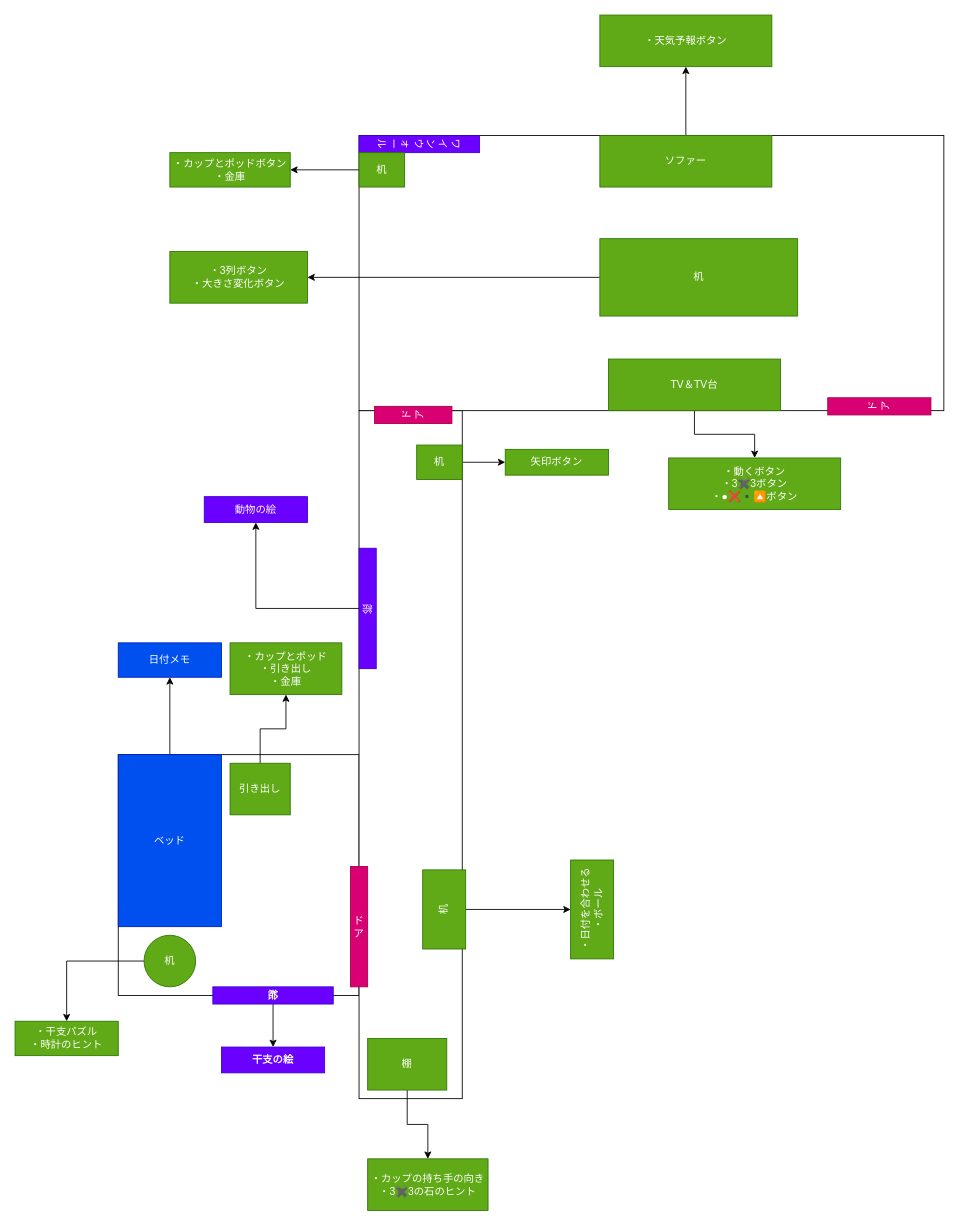
Above: page "部屋と家具" (2 of 4) of MultiEscape.drawio in kyosuke27/3D-Escape-Room (draw.io), before the change. Source tidied: cells renumbered, new cells numbered last; positions are measured from the earlier drawing's top-left corner, leaving out a move shared by most shapes. Both pictures are drawn from the tidied source at 86%, with x=0, y=0 at pixel (15, 15).
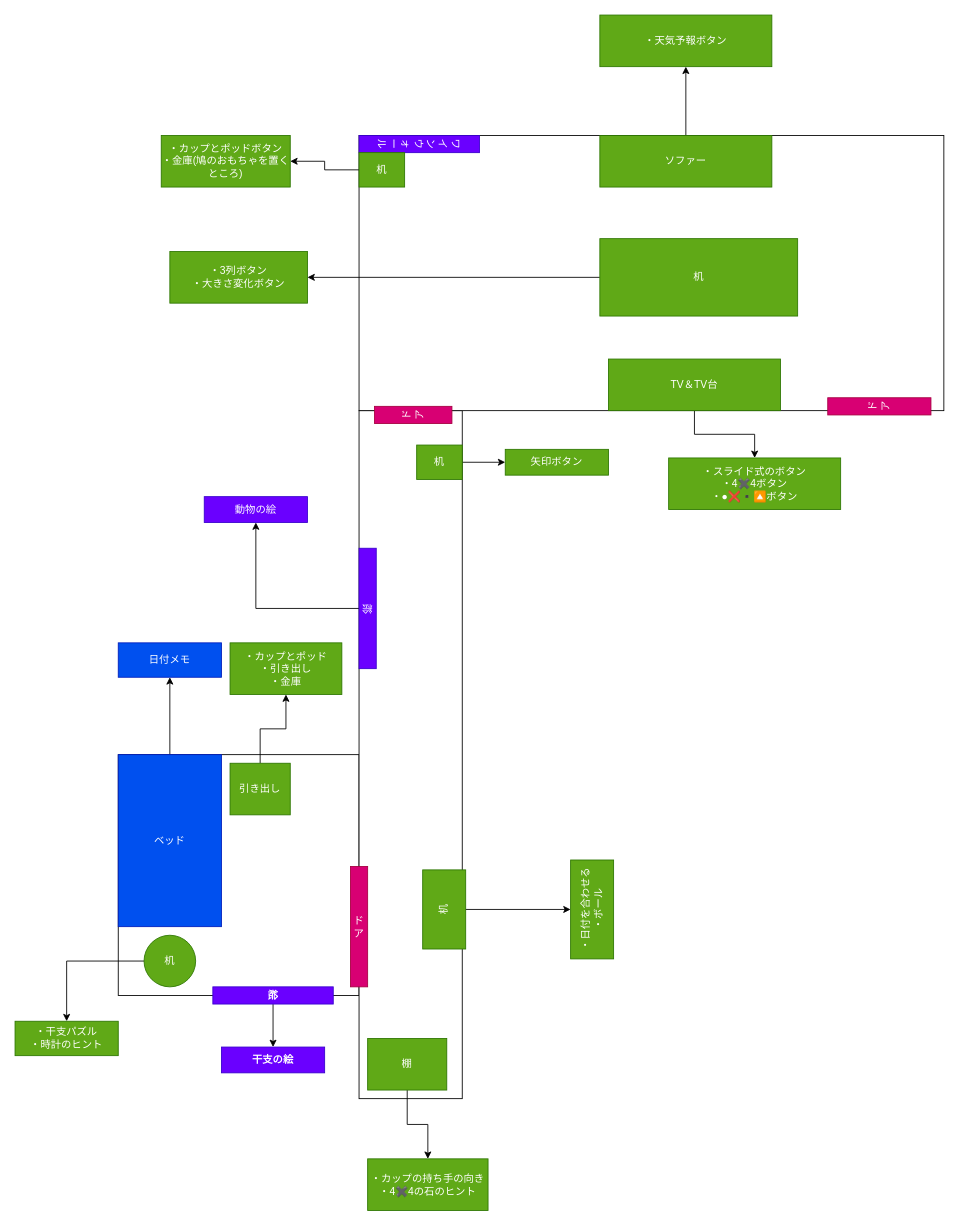
After the change.

Change to the diagram source:
```diff
@@
-    <mxCell id="35" value="・カップの持ち手の向き&lt;div&gt;・3✖️3の石のヒント&lt;/div&gt;" style="rounded=0;whiteSpace=wrap;html=1;fillColor=#60a917;fontColor=#ffffff;strokeColor=#2D7600;" parent="1" vertex="1">
+    <mxCell id="35" value="・カップの持ち手の向き&lt;div&gt;・4✖️4の石のヒント&lt;/div&gt;" style="rounded=0;whiteSpace=wrap;html=1;fillColor=#60a917;fontColor=#ffffff;strokeColor=#2D7600;" parent="1" vertex="1">
       <mxGeometry x="410" y="1330" width="140" height="60" as="geometry" />
     </mxCell>
@@
-    <mxCell id="39" value="・カップとポッドボタン&lt;div&gt;・金庫&lt;/div&gt;" style="rounded=0;whiteSpace=wrap;html=1;fillColor=#60a917;fontColor=#ffffff;strokeColor=#2D7600;" parent="1" vertex="1">
-      <mxGeometry x="180" y="160" width="140" height="40" as="geometry" />
+    <mxCell id="39" value="・カップとポッドボタン&lt;div&gt;・金庫(鳩のおもちゃを置くところ)&lt;/div&gt;" style="rounded=0;whiteSpace=wrap;html=1;fillColor=#60a917;fontColor=#ffffff;strokeColor=#2D7600;" parent="1" vertex="1">
+      <mxGeometry x="170" y="140" width="150" height="60" as="geometry" />
     </mxCell>
-    <mxCell id="40" value="・動くボタン&lt;div&gt;・3✖️3ボタン&lt;/div&gt;&lt;div&gt;・●❌▪️🔼ボタン&lt;/div&gt;" style="rounded=0;whiteSpace=wrap;html=1;fillColor=#60a917;fontColor=#ffffff;strokeColor=#2D7600;" parent="1" vertex="1">
+    <mxCell id="40" value="・スライド式のボタン&lt;div&gt;・4✖️4ボタン&lt;/div&gt;&lt;div&gt;・●❌▪️🔼ボタン&lt;/div&gt;" style="rounded=0;whiteSpace=wrap;html=1;fillColor=#60a917;fontColor=#ffffff;strokeColor=#2D7600;" parent="1" vertex="1">
       <mxGeometry x="760" y="515" width="200" height="60" as="geometry" />
     </mxCell>
```
